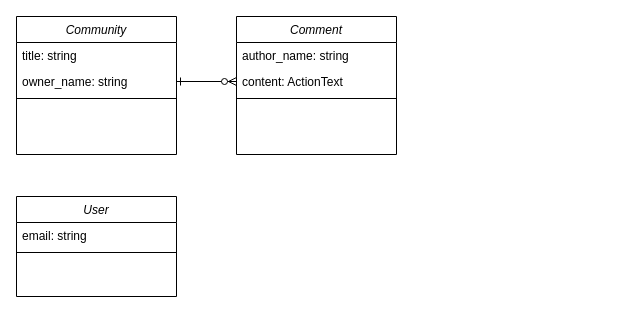
Earlier version of the draw.io diagram model.drawio (hirorocky/Rails6.1_hands_on). Source tidied: cells renumbered, new cells numbered last; positions are measured from the earlier drawing's top-left corner, leaving out a move shared by most shapes. Both pictures are drawn from the tidied source at 100%, with x=0, y=0 at pixel (16, 16).
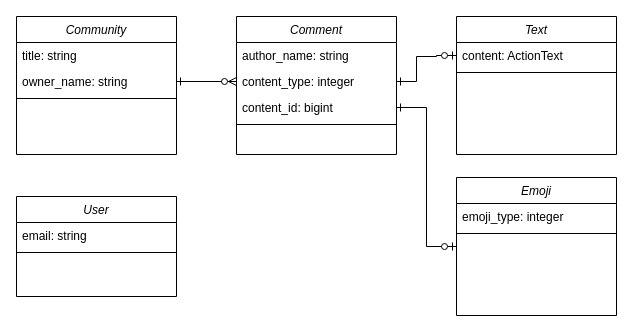
The same diagram, later.

Unchanged cells that the change refers to:
```xml
<mxCell id="6" value="Comment" style="swimlane;fontStyle=2;align=center;verticalAlign=top;horizontal=1;startSize=26;rounded=0;shadow=0;strokeWidth=1;" parent="1" vertex="1">
  <mxGeometry x="220" width="160" height="138" as="geometry" />
</mxCell>
```

What changed in the source:
```diff
@@
-    <mxCell id="8" value="content: ActionText" style="text;align=left;verticalAlign=top;spacingLeft=4;spacingRight=4;overflow=hidden;points=[[0,0.5],[1,0.5]];portConstraint=eastwest;rounded=0;shadow=0;html=0;" parent="6" vertex="1">
+    <mxCell id="8" value="content_type: integer" style="text;align=left;verticalAlign=top;spacingLeft=4;spacingRight=4;overflow=hidden;points=[[0,0.5],[1,0.5]];portConstraint=eastwest;rounded=0;shadow=0;html=0;" parent="6" vertex="1">
       <mxGeometry y="52" width="160" height="26" as="geometry" />
     </mxCell>
+    <mxCell id="14" value="content_id: bigint" style="text;align=left;verticalAlign=top;spacingLeft=4;spacingRight=4;overflow=hidden;points=[[0,0.5],[1,0.5]];portConstraint=eastwest;rounded=0;shadow=0;html=0;" parent="6" vertex="1">
+      <mxGeometry y="78" width="160" height="26" as="geometry" />
+    </mxCell>
     <mxCell id="9" style="line;html=1;strokeWidth=1;align=left;verticalAlign=middle;spacingTop=-1;spacingLeft=3;spacingRight=3;labelPosition=right;" parent="6" vertex="1">
-      <mxGeometry y="78" width="160" height="8" as="geometry" />
+      <mxGeometry y="104" width="160" height="8" as="geometry" />
     </mxCell>
@@
+    <mxCell id="15" value="Text" style="swimlane;fontStyle=2;align=center;verticalAlign=top;horizontal=1;startSize=26;rounded=0;shadow=0;strokeWidth=1;" parent="1" vertex="1">
+      <mxGeometry x="440" width="160" height="138" as="geometry" />
+    </mxCell>
+    <mxCell id="16" value="content: ActionText" style="text;align=left;verticalAlign=top;spacingLeft=4;spacingRight=4;overflow=hidden;points=[[0,0.5],[1,0.5]];portConstraint=eastwest;rounded=0;shadow=0;html=0;" parent="15" vertex="1">
+      <mxGeometry y="26" width="160" height="26" as="geometry" />
+    </mxCell>
+    <mxCell id="17" style="line;html=1;strokeWidth=1;align=left;verticalAlign=middle;spacingTop=-1;spacingLeft=3;spacingRight=3;labelPosition=right;" parent="15" vertex="1">
+      <mxGeometry y="52" width="160" height="8" as="geometry" />
+    </mxCell>
+    <mxCell id="18" value="Emoji" style="swimlane;fontStyle=2;align=center;verticalAlign=top;horizontal=1;startSize=26;rounded=0;shadow=0;strokeWidth=1;" parent="1" vertex="1">
+      <mxGeometry x="440" y="161" width="160" height="138" as="geometry" />
+    </mxCell>
+    <mxCell id="19" value="emoji_type: integer" style="text;align=left;verticalAlign=top;spacingLeft=4;spacingRight=4;overflow=hidden;rounded=0;shadow=0;html=0;" parent="18" vertex="1">
+      <mxGeometry y="26" width="160" height="26" as="geometry" />
+    </mxCell>
+    <mxCell id="20" style="line;html=1;strokeWidth=1;align=left;verticalAlign=middle;spacingTop=-1;spacingLeft=3;spacingRight=3;labelPosition=right;" parent="18" vertex="1">
+      <mxGeometry y="52" width="160" height="8" as="geometry" />
+    </mxCell>
+    <mxCell id="21" style="edgeStyle=orthogonalEdgeStyle;rounded=0;jettySize=auto;html=1;exitX=1;exitY=0.5;exitDx=0;exitDy=0;startArrow=ERone;startFill=0;endArrow=ERzeroToOne;endFill=1;entryX=0;entryY=0.5;entryDx=0;entryDy=0;" parent="1" edge="1" source="8" target="16">
+      <mxGeometry relative="1" as="geometry">
+        <Array as="points">
+          <mxPoint x="400" y="65" />
+          <mxPoint x="400" y="40" />
+          <mxPoint x="420" y="40" />
+          <mxPoint x="420" y="39" />
+        </Array>
+      </mxGeometry>
+    </mxCell>
+    <mxCell id="22" style="edgeStyle=orthogonalEdgeStyle;rounded=0;jettySize=auto;html=1;exitX=1;exitY=0.5;exitDx=0;exitDy=0;startArrow=ERone;startFill=0;endArrow=ERzeroToOne;endFill=1;entryX=0;entryY=0.5;entryDx=0;entryDy=0;" parent="1" edge="1" source="14" target="18">
+      <mxGeometry relative="1" as="geometry">
+        <Array as="points">
+          <mxPoint x="410" y="91" />
+          <mxPoint x="410" y="230" />
+        </Array>
+      </mxGeometry>
+    </mxCell>
```
